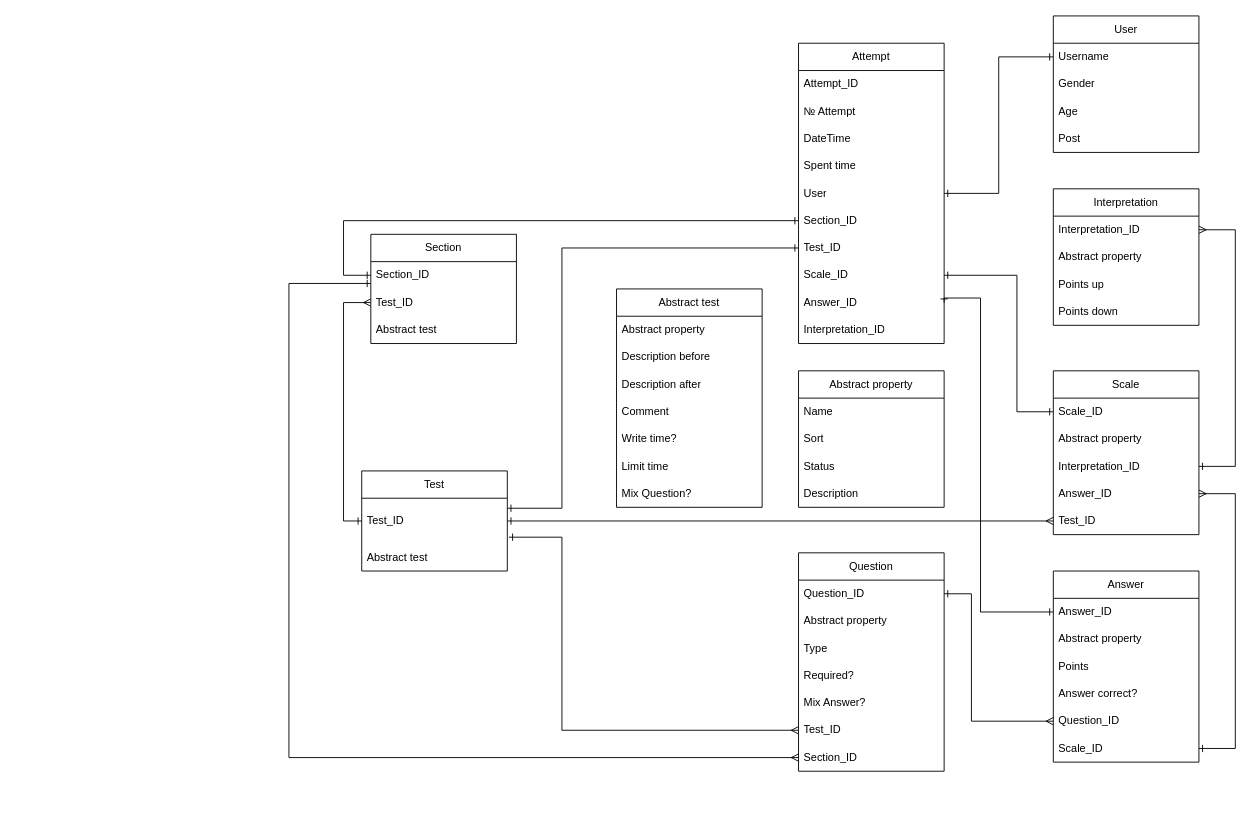
Earlier version of the draw.io diagram page "Table" (1 of 2) of Тест_плюс.drawio (DrIwan/Djangers). Source tidied: cells renumbered, new cells numbered last; positions are measured from the earlier drawing's top-left corner, leaving out a move shared by most shapes. Both pictures are drawn from the tidied source at 91%, with x=0, y=0 at pixel (288, 15).
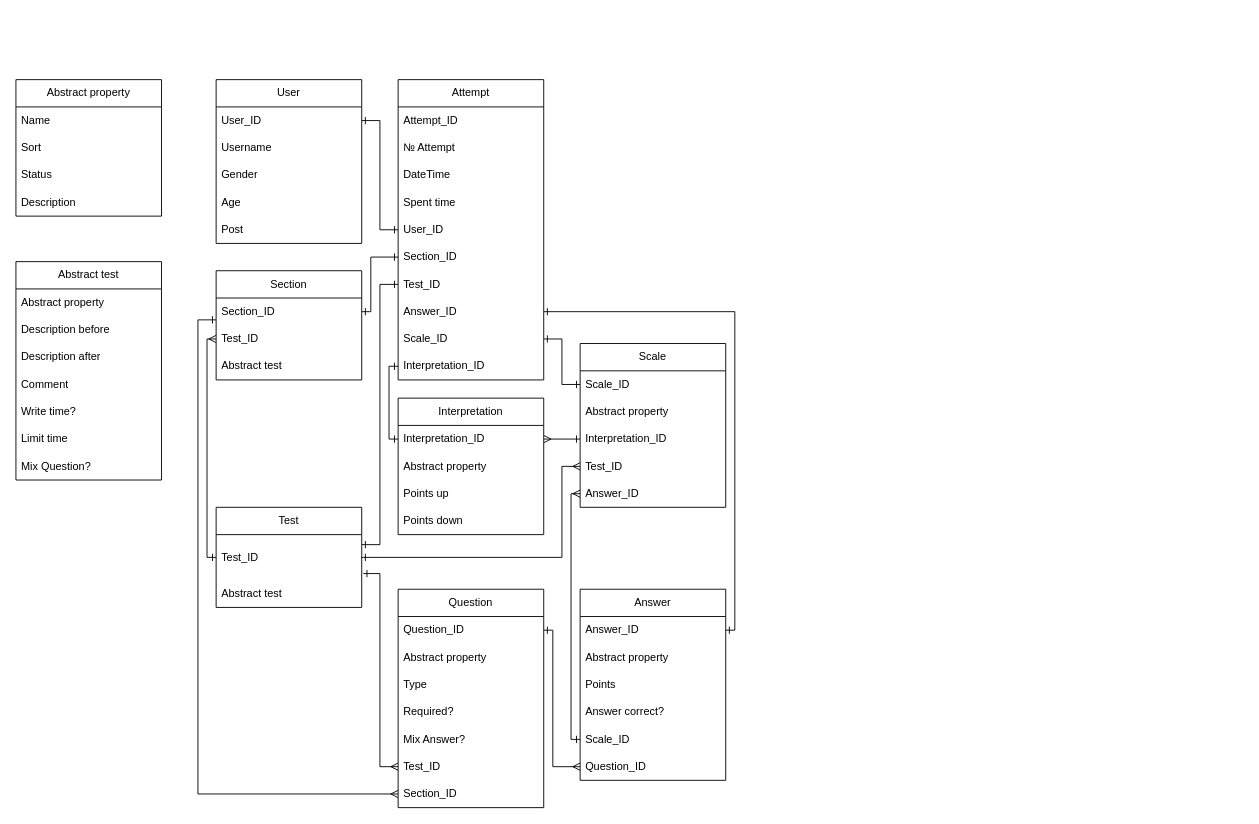
After the change.

The change refers to these unchanged cells:
```xml
<mxCell id="8" value="Test_ID" style="text;strokeColor=none;fillColor=none;align=left;verticalAlign=middle;spacingLeft=4;spacingRight=4;overflow=hidden;points=[[0,0.5],[1,0.5]];portConstraint=eastwest;whiteSpace=wrap;html=1;" parent="7" vertex="1">
  <mxGeometry y="30" width="160" height="50" as="geometry" />
</mxCell>
<mxCell id="11" value="Section_ID" style="text;strokeColor=none;fillColor=none;align=left;verticalAlign=middle;spacingLeft=4;spacingRight=4;overflow=hidden;points=[[0,0.5],[1,0.5]];portConstraint=eastwest;whiteSpace=wrap;html=1;" parent="10" vertex="1">
  <mxGeometry y="30" width="160" height="30" as="geometry" />
</mxCell>
<mxCell id="12" value="Test_ID" style="text;strokeColor=none;fillColor=none;align=left;verticalAlign=middle;spacingLeft=4;spacingRight=4;overflow=hidden;points=[[0,0.5],[1,0.5]];portConstraint=eastwest;whiteSpace=wrap;html=1;" parent="10" vertex="1">
  <mxGeometry y="60" width="160" height="30" as="geometry" />
</mxCell>
<mxCell id="15" value="Question_ID" style="text;strokeColor=none;fillColor=none;align=left;verticalAlign=middle;spacingLeft=4;spacingRight=4;overflow=hidden;points=[[0,0.5],[1,0.5]];portConstraint=eastwest;whiteSpace=wrap;html=1;" parent="14" vertex="1">
  <mxGeometry y="30" width="160" height="30" as="geometry" />
</mxCell>
<mxCell id="20" value="Test_ID" style="text;strokeColor=none;fillColor=none;align=left;verticalAlign=middle;spacingLeft=4;spacingRight=4;overflow=hidden;points=[[0,0.5],[1,0.5]];portConstraint=eastwest;whiteSpace=wrap;html=1;" parent="14" vertex="1">
  <mxGeometry y="180" width="160" height="30" as="geometry" />
</mxCell>
<mxCell id="21" value="Section_ID" style="text;strokeColor=none;fillColor=none;align=left;verticalAlign=middle;spacingLeft=4;spacingRight=4;overflow=hidden;points=[[0,0.5],[1,0.5]];portConstraint=eastwest;whiteSpace=wrap;html=1;" parent="14" vertex="1">
  <mxGeometry y="210" width="160" height="30" as="geometry" />
</mxCell>
<mxCell id="23" value="Answer_ID" style="text;strokeColor=none;fillColor=none;align=left;verticalAlign=middle;spacingLeft=4;spacingRight=4;overflow=hidden;points=[[0,0.5],[1,0.5]];portConstraint=eastwest;whiteSpace=wrap;html=1;" parent="22" vertex="1">
  <mxGeometry y="30" width="160" height="30" as="geometry" />
</mxCell>
<mxCell id="30" value="Scale_ID" style="text;strokeColor=none;fillColor=none;align=left;verticalAlign=middle;spacingLeft=4;spacingRight=4;overflow=hidden;points=[[0,0.5],[1,0.5]];portConstraint=eastwest;whiteSpace=wrap;html=1;" parent="29" vertex="1">
  <mxGeometry y="30" width="160" height="30" as="geometry" />
</mxCell>
<mxCell id="32" value="Interpretation_ID" style="text;strokeColor=none;fillColor=none;align=left;verticalAlign=middle;spacingLeft=4;spacingRight=4;overflow=hidden;points=[[0,0.5],[1,0.5]];portConstraint=eastwest;whiteSpace=wrap;html=1;" parent="29" vertex="1">
  <mxGeometry y="90" width="160" height="30" as="geometry" />
</mxCell>
<mxCell id="36" value="Interpretation_ID" style="text;strokeColor=none;fillColor=none;align=left;verticalAlign=middle;spacingLeft=4;spacingRight=4;overflow=hidden;points=[[0,0.5],[1,0.5]];portConstraint=eastwest;whiteSpace=wrap;html=1;" parent="35" vertex="1">
  <mxGeometry y="30" width="160" height="30" as="geometry" />
</mxCell>
<mxCell id="46" value="Section_ID" style="text;strokeColor=none;fillColor=none;align=left;verticalAlign=middle;spacingLeft=4;spacingRight=4;overflow=hidden;points=[[0,0.5],[1,0.5]];portConstraint=eastwest;whiteSpace=wrap;html=1;" parent="40" vertex="1">
  <mxGeometry y="180" width="160" height="30" as="geometry" />
</mxCell>
<mxCell id="47" value="Test_ID" style="text;strokeColor=none;fillColor=none;align=left;verticalAlign=middle;spacingLeft=4;spacingRight=4;overflow=hidden;points=[[0,0.5],[1,0.5]];portConstraint=eastwest;whiteSpace=wrap;html=1;" parent="40" vertex="1">
  <mxGeometry y="210" width="160" height="30" as="geometry" />
</mxCell>
<mxCell id="50" value="Interpretation_ID" style="text;strokeColor=none;fillColor=none;align=left;verticalAlign=middle;spacingLeft=4;spacingRight=4;overflow=hidden;points=[[0,0.5],[1,0.5]];portConstraint=eastwest;whiteSpace=wrap;html=1;" parent="40" vertex="1">
  <mxGeometry y="300" width="160" height="30" as="geometry" />
</mxCell>
```

Diff of the diagram source:
```diff
@@
     <mxCell id="2" value="Abstract property" style="swimlane;fontStyle=0;horizontal=1;startSize=30;whiteSpace=wrap;html=1;" parent="1" vertex="1">
-      <mxGeometry x="560" y="390" width="160" height="150" as="geometry" />
+      <mxGeometry x="-300" y="70" width="160" height="150" as="geometry" />
     </mxCell>
@@
     <mxCell id="7" value="Test" style="swimlane;fontStyle=0;horizontal=1;startSize=30;whiteSpace=wrap;html=1;" parent="1" vertex="1">
-      <mxGeometry x="80" y="500" width="160" height="110" as="geometry" />
+      <mxGeometry x="-80" y="540" width="160" height="110" as="geometry" />
     </mxCell>
@@
     <mxCell id="10" value="Section" style="swimlane;fontStyle=0;horizontal=1;startSize=30;whiteSpace=wrap;html=1;" parent="1" vertex="1">
-      <mxGeometry x="90" y="240" width="160" height="120" as="geometry" />
+      <mxGeometry x="-80" y="280" width="160" height="120" as="geometry" />
     </mxCell>
@@
     <mxCell id="14" value="Question" style="swimlane;fontStyle=0;horizontal=1;startSize=30;whiteSpace=wrap;html=1;" parent="1" vertex="1">
-      <mxGeometry x="560" y="590" width="160" height="240" as="geometry" />
+      <mxGeometry x="120" y="630" width="160" height="240" as="geometry" />
     </mxCell>
@@
     <mxCell id="22" value="Answer" style="swimlane;fontStyle=0;horizontal=1;startSize=30;whiteSpace=wrap;html=1;" parent="1" vertex="1">
-      <mxGeometry x="840" y="610" width="160" height="210" as="geometry" />
+      <mxGeometry x="320" y="630" width="160" height="210" as="geometry" />
     </mxCell>
@@
+    <mxCell id="28" value="Scale_ID" style="text;strokeColor=none;fillColor=none;align=left;verticalAlign=middle;spacingLeft=4;spacingRight=4;overflow=hidden;points=[[0,0.5],[1,0.5]];portConstraint=eastwest;whiteSpace=wrap;html=1;" parent="22" vertex="1">
+      <mxGeometry y="150" width="160" height="30" as="geometry" />
+    </mxCell>
     <mxCell id="27" value="Question_ID" style="text;strokeColor=none;fillColor=none;align=left;verticalAlign=middle;spacingLeft=4;spacingRight=4;overflow=hidden;points=[[0,0.5],[1,0.5]];portConstraint=eastwest;whiteSpace=wrap;html=1;" parent="22" vertex="1">
-      <mxGeometry y="150" width="160" height="30" as="geometry" />
+      <mxGeometry y="180" width="160" height="30" as="geometry" />
     </mxCell>
-    <mxCell id="28" value="Scale_ID" style="text;strokeColor=none;fillColor=none;align=left;verticalAlign=middle;spacingLeft=4;spacingRight=4;overflow=hidden;points=[[0,0.5],[1,0.5]];portConstraint=eastwest;whiteSpace=wrap;html=1;" parent="22" vertex="1">
-      <mxGeometry y="180" width="160" height="30" as="geometry" />
-    </mxCell>
     <mxCell id="29" value="Scale" style="swimlane;fontStyle=0;horizontal=1;startSize=30;whiteSpace=wrap;html=1;" parent="1" vertex="1">
-      <mxGeometry x="840" y="390" width="160" height="180" as="geometry" />
+      <mxGeometry x="320" y="360" width="160" height="180" as="geometry" />
     </mxCell>
@@
+    <mxCell id="34" value="Test_ID" style="text;strokeColor=none;fillColor=none;align=left;verticalAlign=middle;spacingLeft=4;spacingRight=4;overflow=hidden;points=[[0,0.5],[1,0.5]];portConstraint=eastwest;whiteSpace=wrap;html=1;" parent="29" vertex="1">
+      <mxGeometry y="120" width="160" height="30" as="geometry" />
+    </mxCell>
     <mxCell id="33" value="Answer_ID" style="text;strokeColor=none;fillColor=none;align=left;verticalAlign=middle;spacingLeft=4;spacingRight=4;overflow=hidden;points=[[0,0.5],[1,0.5]];portConstraint=eastwest;whiteSpace=wrap;html=1;" parent="29" vertex="1">
-      <mxGeometry y="120" width="160" height="30" as="geometry" />
+      <mxGeometry y="150" width="160" height="30" as="geometry" />
     </mxCell>
-    <mxCell id="34" value="Test_ID" style="text;strokeColor=none;fillColor=none;align=left;verticalAlign=middle;spacingLeft=4;spacingRight=4;overflow=hidden;points=[[0,0.5],[1,0.5]];portConstraint=eastwest;whiteSpace=wrap;html=1;" parent="29" vertex="1">
-      <mxGeometry y="150" width="160" height="30" as="geometry" />
-    </mxCell>
     <mxCell id="35" value="Interpretation" style="swimlane;fontStyle=0;horizontal=1;startSize=30;whiteSpace=wrap;html=1;" parent="1" vertex="1">
-      <mxGeometry x="840" y="190" width="160" height="150" as="geometry" />
+      <mxGeometry x="120" y="420" width="160" height="150" as="geometry" />
     </mxCell>
@@
     <mxCell id="40" value="Attempt" style="swimlane;fontStyle=0;horizontal=1;startSize=30;whiteSpace=wrap;html=1;" parent="1" vertex="1">
-      <mxGeometry x="560" y="30" width="160" height="330" as="geometry" />
+      <mxGeometry x="120" y="70" width="160" height="330" as="geometry" />
     </mxCell>
@@
-    <mxCell id="45" value="User" style="text;strokeColor=none;fillColor=none;align=left;verticalAlign=middle;spacingLeft=4;spacingRight=4;overflow=hidden;points=[[0,0.5],[1,0.5]];portConstraint=eastwest;whiteSpace=wrap;html=1;" parent="40" vertex="1">
+    <mxCell id="45" value="User_ID" style="text;strokeColor=none;fillColor=none;align=left;verticalAlign=middle;spacingLeft=4;spacingRight=4;overflow=hidden;points=[[0,0.5],[1,0.5]];portConstraint=eastwest;whiteSpace=wrap;html=1;" parent="40" vertex="1">
       <mxGeometry y="150" width="160" height="30" as="geometry" />
     </mxCell>
@@
+    <mxCell id="49" value="Answer_ID" style="text;strokeColor=none;fillColor=none;align=left;verticalAlign=middle;spacingLeft=4;spacingRight=4;overflow=hidden;points=[[0,0.5],[1,0.5]];portConstraint=eastwest;whiteSpace=wrap;html=1;" parent="40" vertex="1">
+      <mxGeometry y="240" width="160" height="30" as="geometry" />
+    </mxCell>
     <mxCell id="48" value="Scale_ID" style="text;strokeColor=none;fillColor=none;align=left;verticalAlign=middle;spacingLeft=4;spacingRight=4;overflow=hidden;points=[[0,0.5],[1,0.5]];portConstraint=eastwest;whiteSpace=wrap;html=1;" parent="40" vertex="1">
-      <mxGeometry y="240" width="160" height="30" as="geometry" />
+      <mxGeometry y="270" width="160" height="30" as="geometry" />
     </mxCell>
-    <mxCell id="49" value="Answer_ID" style="text;strokeColor=none;fillColor=none;align=left;verticalAlign=middle;spacingLeft=4;spacingRight=4;overflow=hidden;points=[[0,0.5],[1,0.5]];portConstraint=eastwest;whiteSpace=wrap;html=1;" parent="40" vertex="1">
-      <mxGeometry y="270" width="160" height="30" as="geometry" />
-    </mxCell>
@@
     <mxCell id="51" value="User" style="swimlane;fontStyle=0;horizontal=1;startSize=30;whiteSpace=wrap;html=1;" parent="1" vertex="1">
-      <mxGeometry x="840" width="160" height="150" as="geometry" />
+      <mxGeometry x="-80" y="70" width="160" height="180" as="geometry" />
     </mxCell>
+    <mxCell id="76" value="User_ID" style="text;strokeColor=none;fillColor=none;align=left;verticalAlign=middle;spacingLeft=4;spacingRight=4;overflow=hidden;points=[[0,0.5],[1,0.5]];portConstraint=eastwest;whiteSpace=wrap;html=1;" parent="51" vertex="1">
+      <mxGeometry y="30" width="160" height="30" as="geometry" />
+    </mxCell>
     <mxCell id="52" value="Username" style="text;strokeColor=none;fillColor=none;align=left;verticalAlign=middle;spacingLeft=4;spacingRight=4;overflow=hidden;points=[[0,0.5],[1,0.5]];portConstraint=eastwest;whiteSpace=wrap;html=1;" parent="51" vertex="1">
-      <mxGeometry y="30" width="160" height="30" as="geometry" />
+      <mxGeometry y="60" width="160" height="30" as="geometry" />
     </mxCell>
     <mxCell id="53" value="Gender" style="text;strokeColor=none;fillColor=none;align=left;verticalAlign=middle;spacingLeft=4;spacingRight=4;overflow=hidden;whiteSpace=wrap;html=1;" parent="51" vertex="1">
-      <mxGeometry y="60" width="160" height="30" as="geometry" />
+      <mxGeometry y="90" width="160" height="30" as="geometry" />
     </mxCell>
     <mxCell id="54" value="Age" style="text;strokeColor=none;fillColor=none;align=left;verticalAlign=middle;spacingLeft=4;spacingRight=4;overflow=hidden;whiteSpace=wrap;html=1;" parent="51" vertex="1">
-      <mxGeometry y="90" width="160" height="30" as="geometry" />
+      <mxGeometry y="120" width="160" height="30" as="geometry" />
     </mxCell>
     <mxCell id="55" value="Post" style="text;strokeColor=none;fillColor=none;align=left;verticalAlign=middle;spacingLeft=4;spacingRight=4;overflow=hidden;whiteSpace=wrap;html=1;" parent="51" vertex="1">
-      <mxGeometry y="120" width="160" height="30" as="geometry" />
+      <mxGeometry y="150" width="160" height="30" as="geometry" />
     </mxCell>
     <mxCell id="56" style="edgeStyle=orthogonalEdgeStyle;fontSize=12;html=1;endArrow=ERmany;rounded=0;startArrow=ERone;startFill=0;entryX=0;entryY=0.5;entryDx=0;entryDy=0;exitX=1.011;exitY=0.856;exitDx=0;exitDy=0;exitPerimeter=0;" parent="1" edge="1" source="8" target="20">
       <mxGeometry relative="1" as="geometry">
         <Array as="points">
-          <mxPoint x="300" y="573" />
-          <mxPoint x="300" y="785" />
+          <mxPoint x="100" y="613" />
+          <mxPoint x="100" y="825" />
         </Array>
       </mxGeometry>
     </mxCell>
     <mxCell id="57" style="edgeStyle=elbowEdgeStyle;fontSize=12;html=1;endArrow=ERmany;rounded=0;entryX=0;entryY=0.5;entryDx=0;entryDy=0;startArrow=ERone;startFill=0;exitX=0;exitY=0.8;exitDx=0;exitDy=0;exitPerimeter=0;" parent="1" edge="1" source="11" target="21">
       <mxGeometry relative="1" as="geometry">
         <Array as="points">
-          <mxPoint y="560" />
+          <mxPoint x="-100" y="590" />
         </Array>
       </mxGeometry>
     </mxCell>
-    <mxCell id="58" style="edgeStyle=elbowEdgeStyle;fontSize=12;html=1;endArrow=ERmany;rounded=0;entryX=0;entryY=0.5;entryDx=0;entryDy=0;startArrow=ERone;startFill=0;" parent="1" edge="1" target="34">
+    <mxCell id="58" style="edgeStyle=elbowEdgeStyle;fontSize=12;html=1;endArrow=ERmany;rounded=0;startArrow=ERone;startFill=0;" parent="1" edge="1" source="8" target="34">
       <mxGeometry relative="1" as="geometry">
-        <mxPoint x="240" y="555" as="sourcePoint" />
         <Array as="points">
-          <mxPoint x="420" y="565" />
-          <mxPoint x="510" y="570" />
-          <mxPoint x="920" y="570" />
-          <mxPoint x="920" y="580" />
-          <mxPoint x="340" y="570" />
+          <mxPoint x="300" y="540" />
+          <mxPoint x="50" y="610" />
+          <mxPoint x="460" y="610" />
+          <mxPoint x="460" y="620" />
+          <mxPoint x="-120" y="610" />
         </Array>
       </mxGeometry>
     </mxCell>
-    <mxCell id="59" style="edgeStyle=elbowEdgeStyle;fontSize=12;html=1;endArrow=ERmany;rounded=0;startArrow=ERone;startFill=0;entryX=1;entryY=0.5;entryDx=0;entryDy=0;" parent="1" edge="1" source="28" target="33">
+    <mxCell id="59" style="edgeStyle=elbowEdgeStyle;fontSize=12;html=1;endArrow=ERmany;rounded=0;startArrow=ERone;startFill=0;exitX=0;exitY=0.5;exitDx=0;exitDy=0;entryX=0;entryY=0.5;entryDx=0;entryDy=0;" parent="1" edge="1" source="28" target="33">
       <mxGeometry relative="1" as="geometry">
         <Array as="points">
-          <mxPoint x="1040" y="590" />
+          <mxPoint x="310" y="640" />
+          <mxPoint x="310" y="630" />
+          <mxPoint x="580" y="630" />
         </Array>
       </mxGeometry>
     </mxCell>
     <mxCell id="60" style="edgeStyle=elbowEdgeStyle;fontSize=12;html=1;endArrow=ERmany;rounded=0;entryX=0;entryY=0.5;entryDx=0;entryDy=0;startArrow=ERone;startFill=0;exitX=1;exitY=0.5;exitDx=0;exitDy=0;" parent="1" edge="1" source="15" target="27">
       <mxGeometry relative="1" as="geometry">
         <Array as="points">
-          <mxPoint x="750" y="680" />
+          <mxPoint x="290" y="720" />
         </Array>
       </mxGeometry>
     </mxCell>
-    <mxCell id="61" style="edgeStyle=orthogonalEdgeStyle;fontSize=12;html=1;endArrow=ERone;rounded=0;startArrow=ERmany;startFill=0;exitX=1;exitY=0.5;exitDx=0;exitDy=0;entryX=1;entryY=0.5;entryDx=0;entryDy=0;endFill=0;" parent="1" edge="1" source="36" target="32">
+    <mxCell id="61" style="edgeStyle=orthogonalEdgeStyle;fontSize=12;html=1;endArrow=ERone;rounded=0;startArrow=ERmany;startFill=0;entryX=0;entryY=0.5;entryDx=0;entryDy=0;endFill=0;exitX=1;exitY=0.5;exitDx=0;exitDy=0;" parent="1" edge="1" source="36" target="32">
       <mxGeometry relative="1" as="geometry">
         <Array as="points">
-          <mxPoint x="1040" y="235" />
-          <mxPoint x="1040" y="495" />
+          <mxPoint x="310" y="465" />
+          <mxPoint x="310" y="465" />
         </Array>
       </mxGeometry>
     </mxCell>
     <mxCell id="62" style="edgeStyle=elbowEdgeStyle;fontSize=12;html=1;endArrow=ERmany;rounded=0;startArrow=ERone;startFill=0;exitX=0;exitY=0.5;exitDx=0;exitDy=0;entryX=0;entryY=0.5;entryDx=0;entryDy=0;" parent="1" edge="1" source="8" target="12">
       <mxGeometry relative="1" as="geometry">
         <Array as="points">
-          <mxPoint x="60" y="300" />
-          <mxPoint x="180" y="230" />
+          <mxPoint x="-90" y="470" />
+          <mxPoint x="-10" y="270" />
         </Array>
       </mxGeometry>
     </mxCell>
-    <mxCell id="63" style="edgeStyle=elbowEdgeStyle;fontSize=12;html=1;endArrow=ERone;rounded=0;entryX=0;entryY=0.5;entryDx=0;entryDy=0;startArrow=ERone;startFill=0;endFill=0;" parent="1" edge="1" source="45" target="52">
+    <mxCell id="63" style="edgeStyle=elbowEdgeStyle;fontSize=12;html=1;endArrow=ERone;rounded=0;startArrow=ERone;startFill=0;endFill=0;entryX=1;entryY=0.5;entryDx=0;entryDy=0;" parent="1" edge="1" source="45" target="76">
       <mxGeometry relative="1" as="geometry" />
     </mxCell>
     <mxCell id="64" style="edgeStyle=elbowEdgeStyle;fontSize=12;html=1;endArrow=ERone;rounded=0;startArrow=ERone;startFill=0;endFill=0;exitX=0;exitY=0.5;exitDx=0;exitDy=0;entryX=1;entryY=0.22;entryDx=0;entryDy=0;entryPerimeter=0;" parent="1" edge="1" source="47" target="8">
       <mxGeometry relative="1" as="geometry">
         <Array as="points">
-          <mxPoint x="300" y="270" />
-          <mxPoint x="270" y="560" />
-          <mxPoint x="310" y="370" />
+          <mxPoint x="100" y="440" />
+          <mxPoint x="-190" y="600" />
+          <mxPoint x="-150" y="410" />
         </Array>
       </mxGeometry>
     </mxCell>
-    <mxCell id="65" style="edgeStyle=elbowEdgeStyle;fontSize=12;html=1;endArrow=ERone;rounded=0;entryX=0;entryY=0.5;entryDx=0;entryDy=0;startArrow=ERone;startFill=0;endFill=0;exitX=0;exitY=0.5;exitDx=0;exitDy=0;" parent="1" edge="1" source="46" target="11">
+    <mxCell id="65" style="edgeStyle=elbowEdgeStyle;fontSize=12;html=1;endArrow=ERone;rounded=0;startArrow=ERone;startFill=0;endFill=0;exitX=0;exitY=0.5;exitDx=0;exitDy=0;" parent="1" edge="1" source="46" target="11">
       <mxGeometry relative="1" as="geometry">
         <Array as="points">
-          <mxPoint x="60" y="210" />
-          <mxPoint x="80" y="230" />
+          <mxPoint x="90" y="300" />
         </Array>
       </mxGeometry>
     </mxCell>
-    <mxCell id="66" style="edgeStyle=orthogonalEdgeStyle;fontSize=12;html=1;endArrow=ERone;rounded=0;startArrow=ERone;startFill=0;endFill=0;exitX=1;exitY=0.5;exitDx=0;exitDy=0;entryX=0;entryY=0.5;entryDx=0;entryDy=0;" parent="1" edge="1" source="49" target="23">
+    <mxCell id="66" style="edgeStyle=orthogonalEdgeStyle;fontSize=12;html=1;endArrow=ERone;rounded=0;startArrow=ERone;startFill=0;endFill=0;exitX=1;exitY=0.5;exitDx=0;exitDy=0;entryX=1;entryY=0.5;entryDx=0;entryDy=0;" parent="1" edge="1" source="49" target="23">
       <mxGeometry relative="1" as="geometry">
         <Array as="points">
-          <mxPoint x="720" y="310" />
-          <mxPoint x="760" y="310" />
-          <mxPoint x="760" y="655" />
+          <mxPoint x="490" y="325" />
+          <mxPoint x="490" y="675" />
         </Array>
       </mxGeometry>
     </mxCell>
     <mxCell id="67" style="edgeStyle=elbowEdgeStyle;fontSize=12;html=1;endArrow=ERone;rounded=0;entryX=0;entryY=0.5;entryDx=0;entryDy=0;startArrow=ERone;startFill=0;endFill=0;" parent="1" edge="1" source="48" target="30">
       <mxGeometry relative="1" as="geometry">
         <Array as="points">
-          <mxPoint x="800" y="360" />
-          <mxPoint x="870" y="390" />
-          <mxPoint x="800" y="350" />
-          <mxPoint x="460" y="400" />
-          <mxPoint x="780" y="420" />
-          <mxPoint x="760" y="510" />
+          <mxPoint x="300" y="380" />
+          <mxPoint x="410" y="430" />
+          <mxPoint x="340" y="390" />
+          <mxPoint y="440" />
+          <mxPoint x="320" y="460" />
+          <mxPoint x="300" y="550" />
         </Array>
       </mxGeometry>
     </mxCell>
     <mxCell id="68" value="Abstract test" style="swimlane;fontStyle=0;horizontal=1;startSize=30;whiteSpace=wrap;html=1;" parent="1" vertex="1">
-      <mxGeometry x="360" y="300" width="160" height="240" as="geometry" />
+      <mxGeometry x="-300" y="270" width="160" height="240" as="geometry" />
     </mxCell>
@@
+    <mxCell id="77" style="edgeStyle=elbowEdgeStyle;fontSize=12;html=1;endArrow=ERone;rounded=0;startArrow=ERone;startFill=0;endFill=0;exitX=0;exitY=0.5;exitDx=0;exitDy=0;entryX=0;entryY=0.5;entryDx=0;entryDy=0;" parent="1" edge="1" source="50" target="36">
+      <mxGeometry relative="1" as="geometry">
+        <Array as="points">
+          <mxPoint x="110" y="420" />
+          <mxPoint x="-140" y="420" />
+        </Array>
+      </mxGeometry>
+    </mxCell>
```
